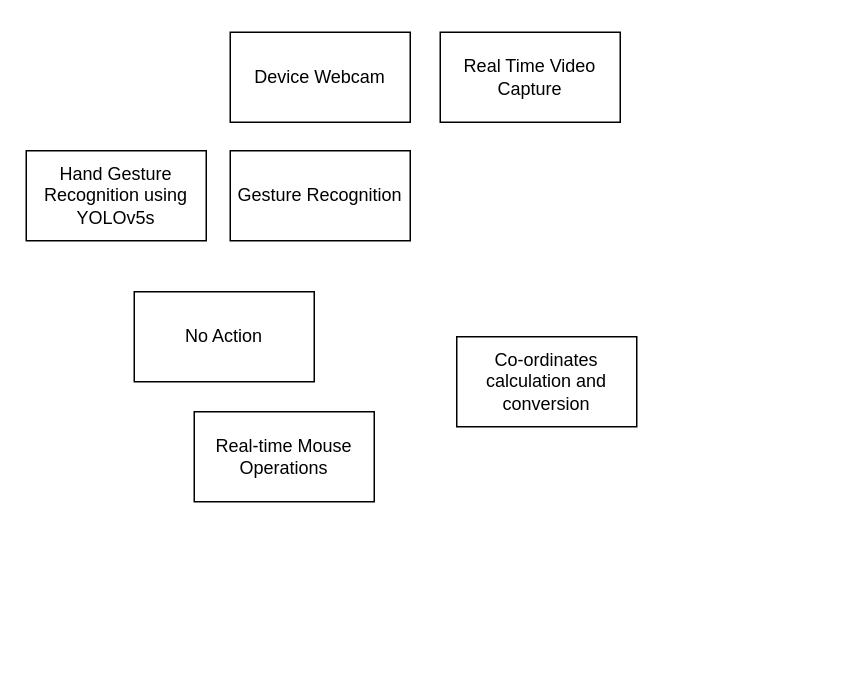
Above: Untitled Diagram.drawio in Jay4Codes/AirTouch (draw.io), before the change. Source tidied: cells renumbered, new cells numbered last; positions are measured from the earlier drawing's top-left corner, leaving out a move shared by most shapes. Both pictures are drawn from the tidied source at 150%, with x=0, y=0 at pixel (26, 32).
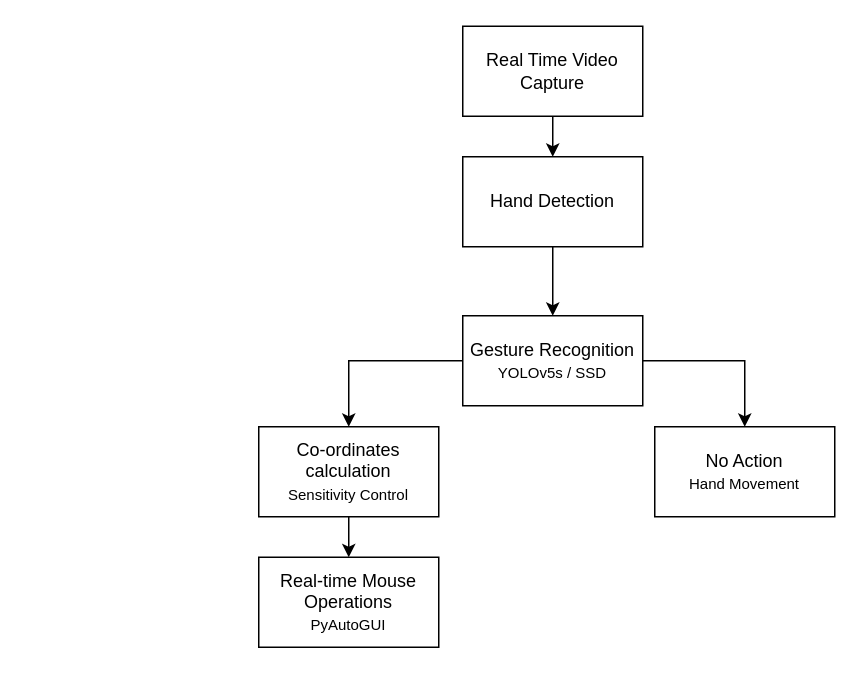
After the change.

Change to the diagram source:
```diff
@@
 <mxGraphModel>
   <root>
     <mxCell id="0" />
     <mxCell id="1" parent="0" />
-    <mxCell id="2" value="Device Webcam" style="rounded=0;whiteSpace=wrap;html=1;" parent="1" vertex="1">
-      <mxGeometry x="136" width="120" height="60" as="geometry" />
-    </mxCell>
+    <mxCell id="9" style="edgeStyle=orthogonalEdgeStyle;rounded=0;jettySize=auto;html=1;entryX=0.5;entryY=0;entryDx=0;entryDy=0;" parent="1" edge="1" source="3" target="4">
+      <mxGeometry relative="1" as="geometry" />
+    </mxCell>
     <mxCell id="3" value="Real Time Video Capture" style="rounded=0;whiteSpace=wrap;html=1;" parent="1" vertex="1">
-      <mxGeometry x="276" width="120" height="60" as="geometry" />
+      <mxGeometry x="291" y="-4" width="120" height="60" as="geometry" />
     </mxCell>
+    <mxCell id="10" style="edgeStyle=orthogonalEdgeStyle;rounded=0;jettySize=auto;html=1;entryX=0.5;entryY=0;entryDx=0;entryDy=0;" parent="1" edge="1" source="4" target="5">
+      <mxGeometry relative="1" as="geometry" />
+    </mxCell>
-    <mxCell id="4" value="Hand Gesture Recognition using YOLOv5s" style="rounded=0;whiteSpace=wrap;html=1;" parent="1" vertex="1">
-      <mxGeometry y="79" width="120" height="60" as="geometry" />
+    <mxCell id="4" value="Hand Detection" style="rounded=0;whiteSpace=wrap;html=1;" parent="1" vertex="1">
+      <mxGeometry x="291" y="83" width="120" height="60" as="geometry" />
     </mxCell>
+    <mxCell id="11" style="edgeStyle=orthogonalEdgeStyle;rounded=0;jettySize=auto;html=1;entryX=0.5;entryY=0;entryDx=0;entryDy=0;" parent="1" edge="1" source="5" target="7">
+      <mxGeometry relative="1" as="geometry" />
+    </mxCell>
+    <mxCell id="12" style="edgeStyle=orthogonalEdgeStyle;rounded=0;jettySize=auto;html=1;" parent="1" edge="1" source="5" target="6">
+      <mxGeometry relative="1" as="geometry" />
+    </mxCell>
-    <mxCell id="5" value="Gesture Recognition" style="rounded=0;whiteSpace=wrap;html=1;" parent="1" vertex="1">
-      <mxGeometry x="136" y="79" width="120" height="60" as="geometry" />
+    <mxCell id="5" value="Gesture Recognition&lt;br&gt;&lt;font style=&quot;font-size: 10px;&quot;&gt;YOLOv5s / SSD&lt;/font&gt;" style="rounded=0;whiteSpace=wrap;html=1;" parent="1" vertex="1">
+      <mxGeometry x="291" y="189" width="120" height="60" as="geometry" />
     </mxCell>
-    <mxCell id="6" value="No Action" style="rounded=0;whiteSpace=wrap;html=1;" parent="1" vertex="1">
-      <mxGeometry x="72" y="173" width="120" height="60" as="geometry" />
+    <mxCell id="6" value="No Action&lt;br&gt;&lt;font style=&quot;font-size: 10px;&quot;&gt;Hand Movement&lt;/font&gt;" style="rounded=0;whiteSpace=wrap;html=1;" parent="1" vertex="1">
+      <mxGeometry x="419" y="263" width="120" height="60" as="geometry" />
     </mxCell>
+    <mxCell id="13" style="edgeStyle=orthogonalEdgeStyle;rounded=0;jettySize=auto;html=1;entryX=0.5;entryY=0;entryDx=0;entryDy=0;" parent="1" edge="1" source="7" target="8">
+      <mxGeometry relative="1" as="geometry" />
+    </mxCell>
-    <mxCell id="7" value="Co-ordinates calculation and conversion" style="rounded=0;whiteSpace=wrap;html=1;" parent="1" vertex="1">
-      <mxGeometry x="287" y="203" width="120" height="60" as="geometry" />
+    <mxCell id="7" value="Co-ordinates calculation&lt;br&gt;&lt;font style=&quot;font-size: 10px;&quot;&gt;Sensitivity Control&lt;/font&gt;" style="rounded=0;whiteSpace=wrap;html=1;" parent="1" vertex="1">
+      <mxGeometry x="155" y="263" width="120" height="60" as="geometry" />
     </mxCell>
-    <mxCell id="8" value="Real-time Mouse Operations" style="rounded=0;whiteSpace=wrap;html=1;" parent="1" vertex="1">
-      <mxGeometry x="112" y="253" width="120" height="60" as="geometry" />
+    <mxCell id="8" value="Real-time Mouse Operations&lt;br&gt;&lt;font style=&quot;font-size: 10px;&quot;&gt;PyAutoGUI&lt;/font&gt;" style="rounded=0;whiteSpace=wrap;html=1;" parent="1" vertex="1">
+      <mxGeometry x="155" y="350" width="120" height="60" as="geometry" />
     </mxCell>
   </root>
 </mxGraphModel>
```
